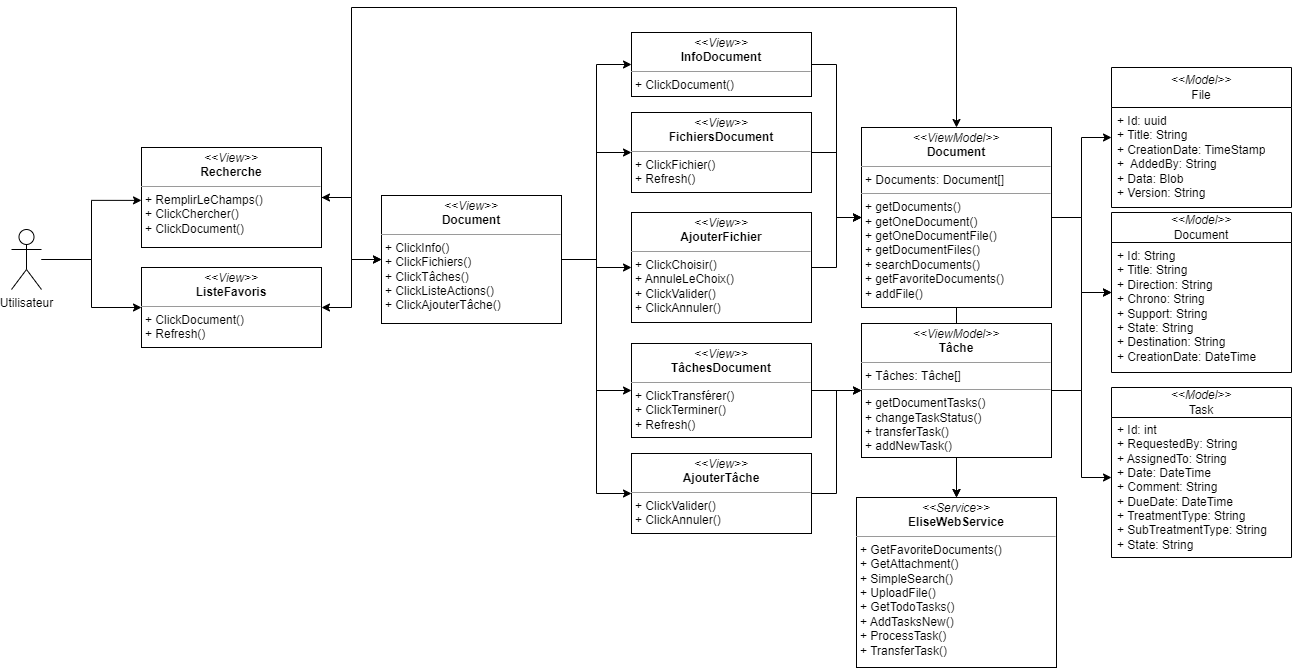
Above: images_pfe/dcc_spint3.png in PFE-Neoledge-2023/rapport (draw.io), before the change. Source tidied: cells renumbered, new cells last; positions are measured from the earlier drawing's top-left corner, leaving out a move shared by most shapes.
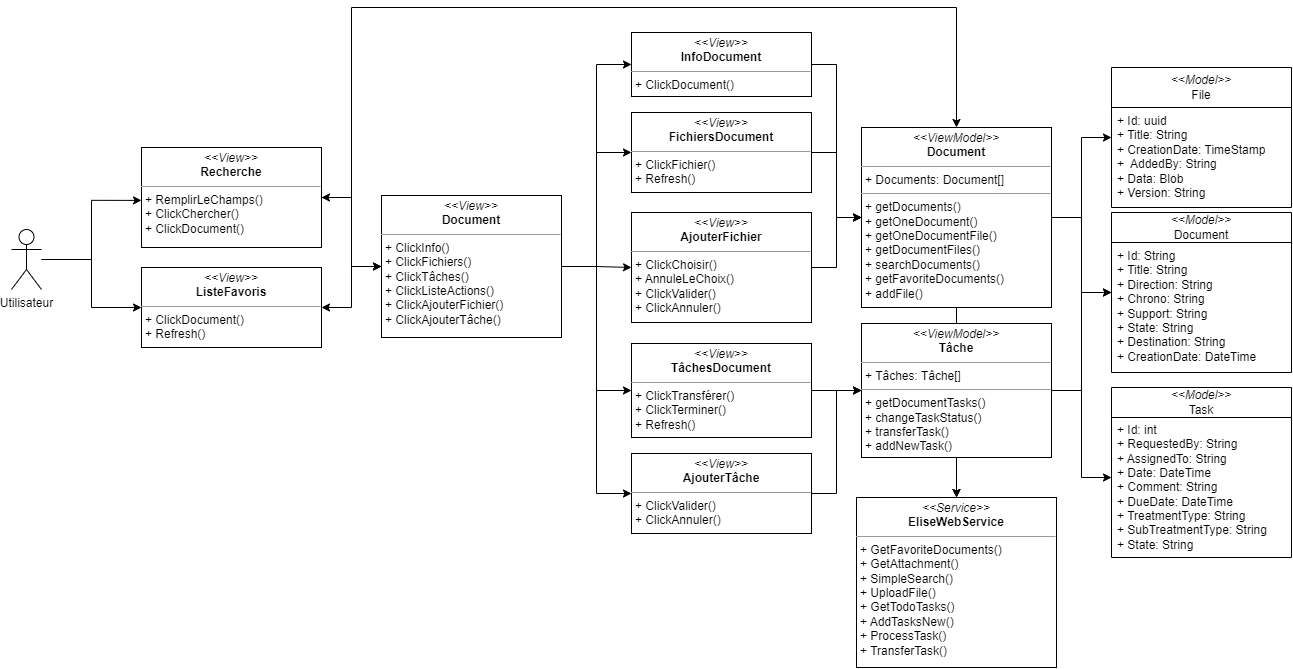
After the commit.

Diff of the diagram source:
```diff
@@ -47,8 +47,8 @@
     <mxCell id="14" style="edgeStyle=orthogonalEdgeStyle;rounded=0;jettySize=auto;html=1;entryX=0;entryY=0.5;entryDx=0;entryDy=0;" parent="1" edge="1" source="15" target="25">
       <mxGeometry relative="1" as="geometry" />
     </mxCell>
-    <mxCell id="15" value="&lt;p style=&quot;margin:0px;margin-top:4px;text-align:center;&quot;&gt;&lt;i&gt;&amp;lt;&amp;lt;View&amp;gt;&amp;gt;&lt;/i&gt;&lt;br&gt;&lt;b&gt;Document&lt;/b&gt;&lt;/p&gt;&lt;hr style=&quot;border-color: var(--border-color);&quot; size=&quot;1&quot;&gt;&lt;p style=&quot;border-color: var(--border-color); margin: 0px 0px 0px 4px;&quot;&gt;+ ClickInfo()&lt;/p&gt;&lt;p style=&quot;border-color: var(--border-color); margin: 0px 0px 0px 4px;&quot;&gt;+ ClickFichiers()&lt;/p&gt;&lt;p style=&quot;border-color: var(--border-color); margin: 0px 0px 0px 4px;&quot;&gt;+ ClickTâches()&lt;/p&gt;&lt;p style=&quot;border-color: var(--border-color); margin: 0px 0px 0px 4px;&quot;&gt;+ ClickListeActions()&lt;/p&gt;&lt;p style=&quot;border-color: var(--border-color); margin: 0px 0px 0px 4px;&quot;&gt;+ ClickAjouterTâche()&lt;/p&gt;" style="verticalAlign=top;align=left;overflow=fill;fontSize=12;fontFamily=Helvetica;html=1;whiteSpace=wrap;" parent="1" vertex="1">
-      <mxGeometry x="370" y="188" width="180" height="128" as="geometry" />
+    <mxCell id="15" value="&lt;p style=&quot;margin:0px;margin-top:4px;text-align:center;&quot;&gt;&lt;i&gt;&amp;lt;&amp;lt;View&amp;gt;&amp;gt;&lt;/i&gt;&lt;br&gt;&lt;b&gt;Document&lt;/b&gt;&lt;/p&gt;&lt;hr style=&quot;border-color: var(--border-color);&quot; size=&quot;1&quot;&gt;&lt;p style=&quot;border-color: var(--border-color); margin: 0px 0px 0px 4px;&quot;&gt;+ ClickInfo()&lt;/p&gt;&lt;p style=&quot;border-color: var(--border-color); margin: 0px 0px 0px 4px;&quot;&gt;+ ClickFichiers()&lt;/p&gt;&lt;p style=&quot;border-color: var(--border-color); margin: 0px 0px 0px 4px;&quot;&gt;+ ClickTâches()&lt;/p&gt;&lt;p style=&quot;border-color: var(--border-color); margin: 0px 0px 0px 4px;&quot;&gt;+ ClickListeActions()&lt;/p&gt;&lt;p style=&quot;border-color: var(--border-color); margin: 0px 0px 0px 4px;&quot;&gt;+ ClickAjouterFichier()&lt;/p&gt;&lt;p style=&quot;border-color: var(--border-color); margin: 0px 0px 0px 4px;&quot;&gt;+ ClickAjouterTâche()&lt;/p&gt;" style="verticalAlign=top;align=left;overflow=fill;fontSize=12;fontFamily=Helvetica;html=1;whiteSpace=wrap;" parent="1" vertex="1">
+      <mxGeometry x="370" y="188" width="180" height="142" as="geometry" />
     </mxCell>
     <mxCell id="16" style="edgeStyle=orthogonalEdgeStyle;rounded=0;jettySize=auto;html=1;entryX=0;entryY=0.5;entryDx=0;entryDy=0;" parent="1" edge="1" source="17" target="29">
       <mxGeometry relative="1" as="geometry" />
```
